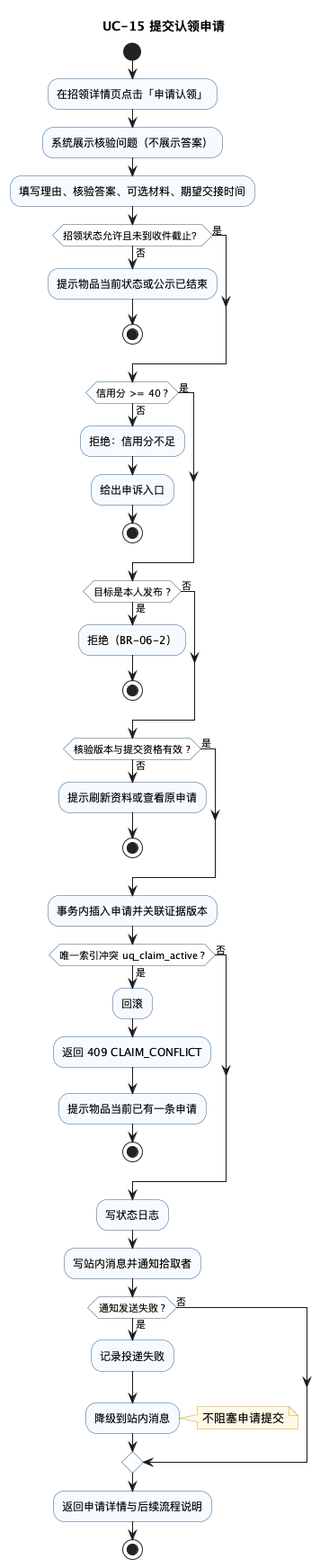
phao90016-jpg/Tongji-campus-lost-found keeps this PlantUML diagram as docs/assets/act-uc15-submit-claim.png. Above is the earlier version.
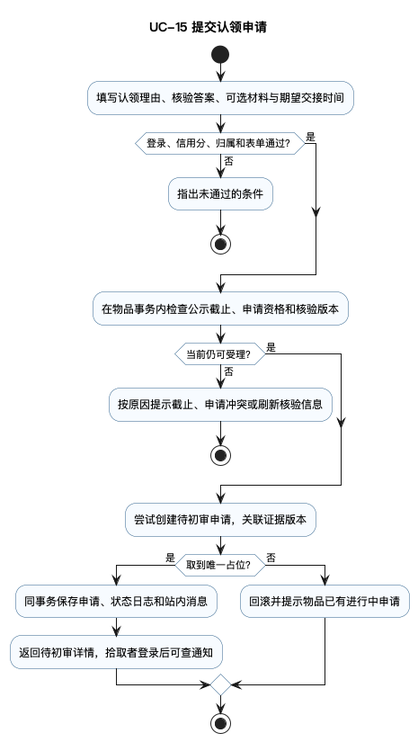
Above is the later version.

Change to the diagram source:
```diff
@@ -1,69 +1,34 @@
 @startuml act-uc15-submit-claim
 !pragma layout smetana
 title UC-15 提交认领申请
-
-skinparam defaultFontName "Microsoft YaHei"
+skinparam defaultFontName "PingFang SC"
 skinparam shadowing false
 skinparam activity {
   BackgroundColor #F7FBFF
   BorderColor #2C5F8A
   DiamondBackgroundColor #FFFFFF
 }
-skinparam note {
-  BackgroundColor #FFF9E6
-  BorderColor #C9A227
-}
 
 start
 
-:在招领详情页点击「申请认领」;
-:系统展示核验问题（不展示答案）;
-:填写理由、核验答案、可选材料、期望交接时间;
-
-if (招领状态允许且未到收件截止？) then (否)
-  :提示物品当前状态或公示已结束;
+:填写认领理由、核验答案、可选材料与期望交接时间;
+if (登录、信用分、归属和表单通过？) then (是)
+else (否)
+  :指出未通过的条件;
   stop
-else (是)
 endif
-
-if (信用分 >= 40 ?) then (否)
-  :拒绝：信用分不足;
-  :给出申诉入口;
+:在物品事务内检查公示截止、申请资格和核验版本;
+if (当前仍可受理？) then (是)
+else (否)
+  :按原因提示截止、申请冲突或刷新核验信息;
   stop
-else (是)
 endif
-
-if (目标是本人发布 ?) then (是)
-  :拒绝（BR-06-2）;
-  stop
+:尝试创建待初审申请，关联证据版本;
+if (取到唯一占位？) then (是)
+  :同事务保存申请、状态日志和站内消息;
+  :返回待初审详情，拾取者登录后可查通知;
 else (否)
+  :回滚并提示物品已有进行中申请;
 endif
-
-if (核验版本与提交资格有效 ?) then (否)
-  :提示刷新资料或查看原申请;
-  stop
-else (是)
-endif
-:事务内插入申请并关联证据版本;
-
-if (唯一索引冲突 uq_claim_active ?) then (是)
-  :回滚;
-  :返回 409 CLAIM_CONFLICT;
-  :提示物品当前已有一条申请;
-  stop
-else (否)
-endif
-
-:写状态日志;
-:写站内消息并通知拾取者;
-if (通知发送失败 ?) then (是)
-  :记录投递失败;
-  :降级到站内消息;
-  note right : 不阻塞申请提交
-else (否)
-endif
-
-:返回申请详情与后续流程说明;
 stop
-
 @enduml
```
